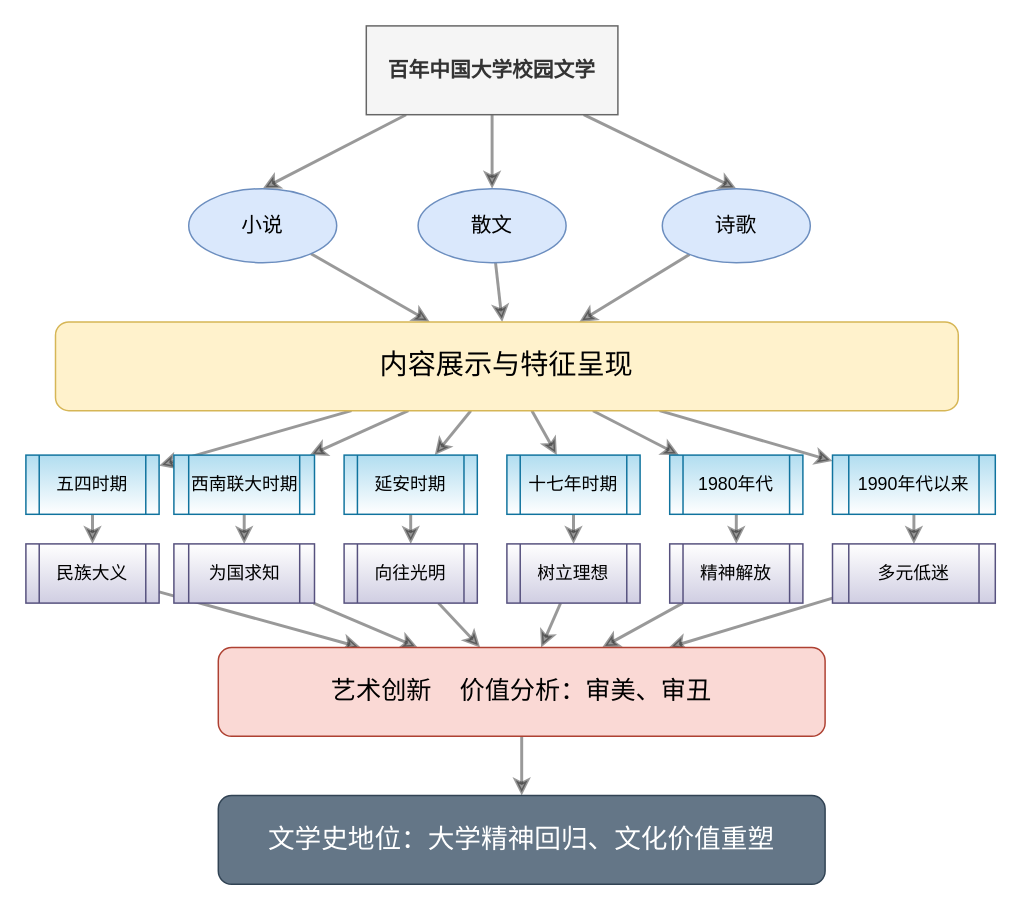
The draw.io diagram Untitled Diagram.drawio in alariver/alariver.github.io, before the edit. Source tidied: cells renumbered, new cells numbered last; positions are measured from the earlier drawing's top-left corner, leaving out a move shared by most shapes. Both pictures are drawn from the tidied source at 148%, with x=0, y=0 at pixel (25, 25).
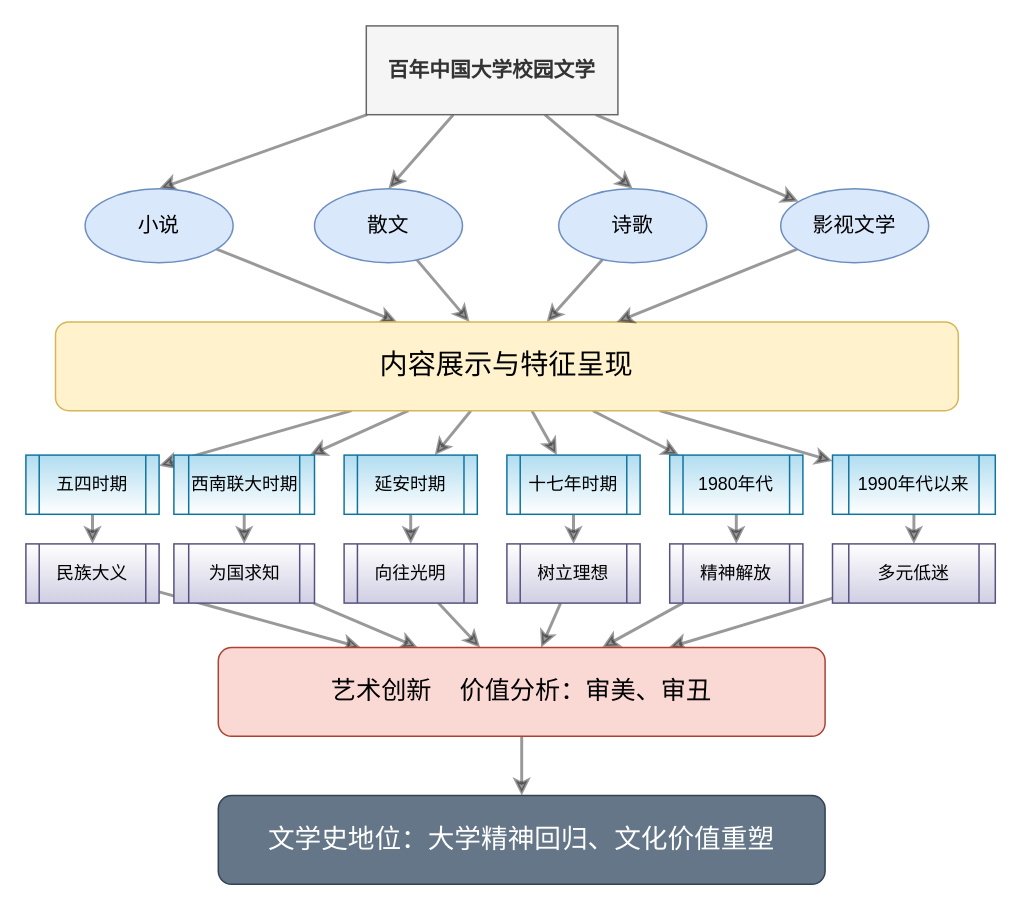
After the change.

Unchanged cells that the change refers to:
```xml
<mxCell id="5" value="百年中国大学校园文学" style="rounded=0;whiteSpace=wrap;html=1;fillColor=#f5f5f5;fontColor=#333333;strokeColor=#666666;fontSize=14;fontStyle=1;" parent="1" vertex="1">
  <mxGeometry x="230" width="170" height="60" as="geometry" />
</mxCell>
<mxCell id="18" value="内容展示与特征呈现" style="rounded=1;whiteSpace=wrap;html=1;fillColor=#fff2cc;strokeColor=#d6b656;fontSize=19;" parent="1" vertex="1">
  <mxGeometry x="20" y="200" width="610" height="60" as="geometry" />
</mxCell>
```

Diff of the diagram source:
```diff
@@
+    <mxCell id="46" style="rounded=1;jettySize=auto;html=1;strokeWidth=2;opacity=40;sketch=0;" parent="1" edge="1" source="5" target="48">
+      <mxGeometry relative="1" as="geometry" />
+    </mxCell>
@@
     <mxCell id="7" value="小说" style="ellipse;whiteSpace=wrap;html=1;fillColor=#dae8fc;strokeColor=#6c8ebf;fontSize=14;" parent="1" vertex="1">
-      <mxGeometry x="110" y="110" width="100" height="50" as="geometry" />
+      <mxGeometry x="40" y="110" width="100" height="50" as="geometry" />
     </mxCell>
@@
     <mxCell id="9" value="散文" style="ellipse;whiteSpace=wrap;html=1;fillColor=#dae8fc;strokeColor=#6c8ebf;fontSize=14;" parent="1" vertex="1">
-      <mxGeometry x="265" y="110" width="100" height="50" as="geometry" />
+      <mxGeometry x="195" y="110" width="100" height="50" as="geometry" />
     </mxCell>
@@
     <mxCell id="11" value="诗歌" style="ellipse;whiteSpace=wrap;html=1;fillColor=#dae8fc;strokeColor=#6c8ebf;fontSize=14;" parent="1" vertex="1">
-      <mxGeometry x="430" y="110" width="100" height="50" as="geometry" />
+      <mxGeometry x="360" y="110" width="100" height="50" as="geometry" />
     </mxCell>
@@
+    <mxCell id="47" style="edgeStyle=none;rounded=1;jettySize=auto;html=1;strokeWidth=2;opacity=40;sketch=0;" parent="1" edge="1" source="48" target="18">
+      <mxGeometry relative="1" as="geometry" />
+    </mxCell>
+    <mxCell id="48" value="影视文学" style="ellipse;whiteSpace=wrap;html=1;fillColor=#dae8fc;strokeColor=#6c8ebf;fontSize=14;" parent="1" vertex="1">
+      <mxGeometry x="510" y="110" width="100" height="50" as="geometry" />
+    </mxCell>
```
